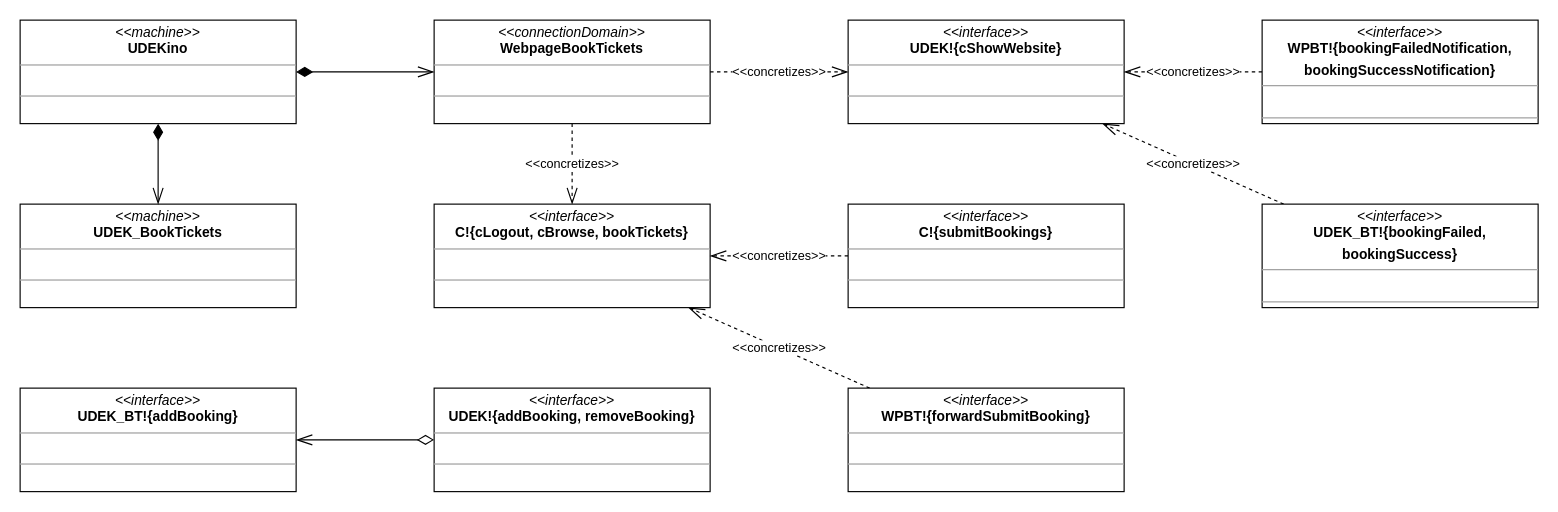
Earlier version of the draw.io diagram page "Mapping" (2 of 2) of a03_problem_diagram_3.drawio (melvdlin/swtlab). Source tidied: cells renumbered, new cells numbered last; positions are measured from the earlier drawing's top-left corner, leaving out a move shared by most shapes. Both pictures are drawn from the tidied source at 115%, with x=0, y=0 at pixel (20, 20).
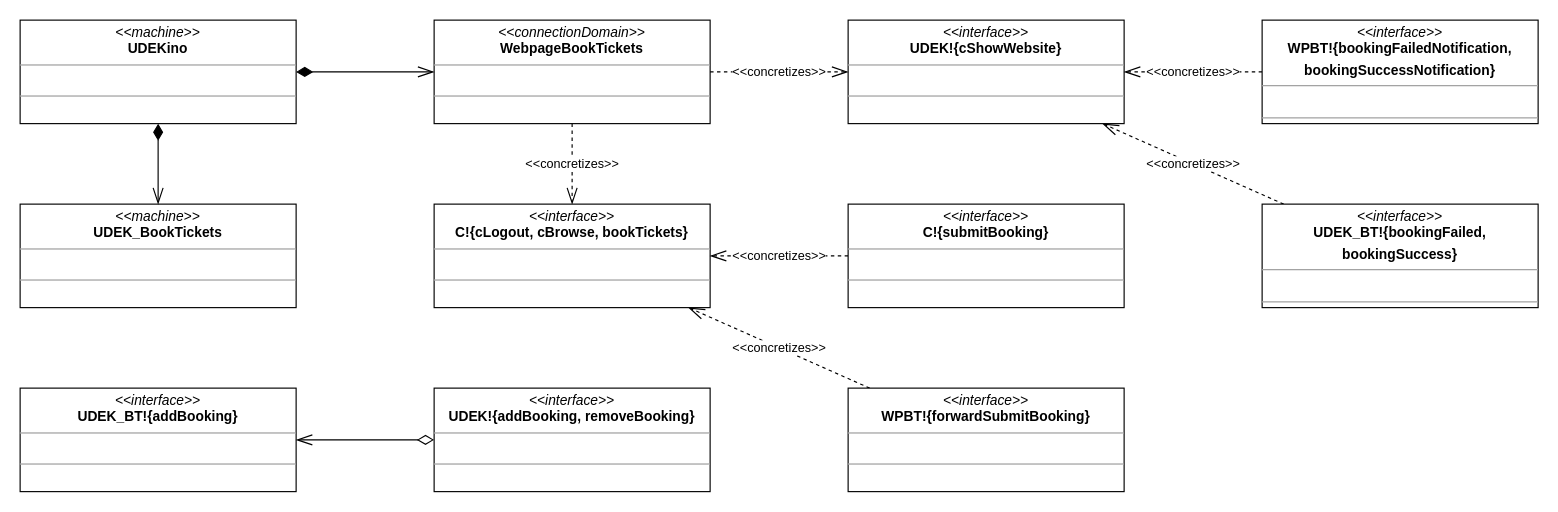
After the change.

The change refers to these unchanged cells:
```xml
<mxCell id="2" style="group;" parent="1" vertex="1">
  <mxGeometry width="1320" height="410" as="geometry" />
</mxCell>
```

The edit, as a diff of the source:
```diff
@@
-    <mxCell id="17" value="&lt;p style=&quot;margin: 0px ; margin-top: 4px ; text-align: center&quot;&gt;&lt;i&gt;&amp;lt;&amp;lt;interface&amp;gt;&amp;gt;&lt;/i&gt;&lt;br&gt;&lt;b&gt;C!{submitBookings}&lt;/b&gt;&lt;/p&gt;&lt;hr size=&quot;1&quot;&gt;&lt;p style=&quot;margin: 0px ; margin-left: 4px&quot;&gt;&lt;br&gt;&lt;/p&gt;&lt;hr size=&quot;1&quot;&gt;&lt;p style=&quot;margin: 0px ; margin-left: 4px&quot;&gt;&lt;br&gt;&lt;/p&gt;" style="verticalAlign=top;align=left;overflow=fill;fontSize=12;fontFamily=Helvetica;html=1;rounded=0;shadow=0;glass=0;comic=0;sketch=0;fontColor=default;gradientColor=none;whiteSpace=wrap;" parent="2" vertex="1">
+    <mxCell id="17" value="&lt;p style=&quot;margin: 0px ; margin-top: 4px ; text-align: center&quot;&gt;&lt;i&gt;&amp;lt;&amp;lt;interface&amp;gt;&amp;gt;&lt;/i&gt;&lt;br&gt;&lt;b&gt;C!{submitBooking}&lt;/b&gt;&lt;/p&gt;&lt;hr size=&quot;1&quot;&gt;&lt;p style=&quot;margin: 0px ; margin-left: 4px&quot;&gt;&lt;br&gt;&lt;/p&gt;&lt;hr size=&quot;1&quot;&gt;&lt;p style=&quot;margin: 0px ; margin-left: 4px&quot;&gt;&lt;br&gt;&lt;/p&gt;" style="verticalAlign=top;align=left;overflow=fill;fontSize=12;fontFamily=Helvetica;html=1;rounded=0;shadow=0;glass=0;comic=0;sketch=0;fontColor=default;gradientColor=none;whiteSpace=wrap;" parent="2" vertex="1">
       <mxGeometry x="720" y="160" width="240" height="90" as="geometry" />
     </mxCell>
```
